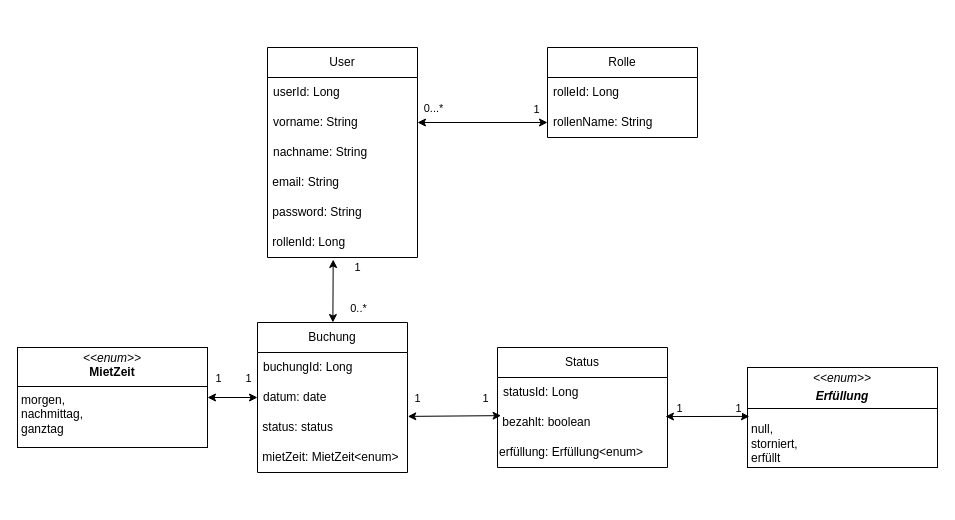
Above: Classdiagram.drawio in DaniDevOfficial/WishManagement (draw.io), before the change. Source tidied: cells renumbered, new cells numbered last; positions are measured from the earlier drawing's top-left corner, leaving out a move shared by most shapes. Both pictures are drawn from the tidied source at 100%, with x=0, y=0 at pixel (17, 47).
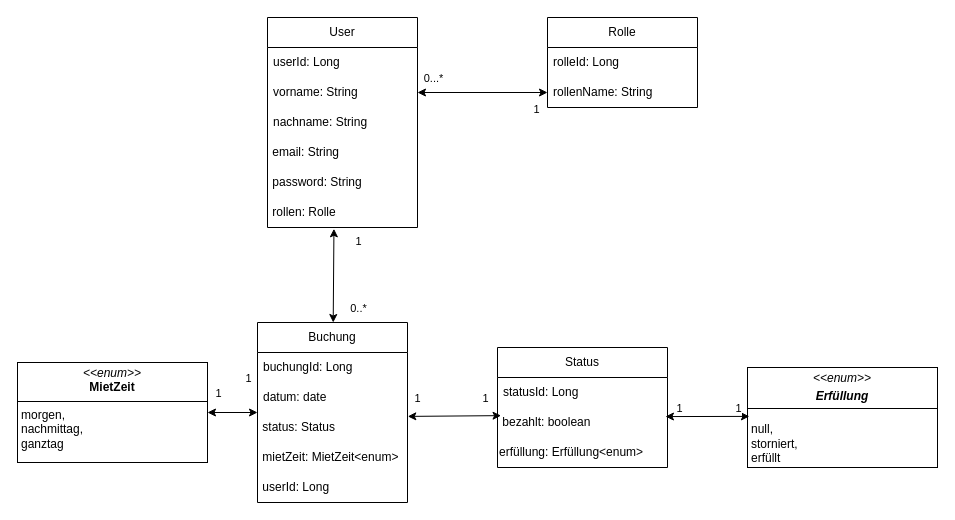
After the change.

The edit, as a diff of the source:
```diff
@@
     <mxCell id="2" value="User" style="swimlane;fontStyle=0;horizontal=1;startSize=30;whiteSpace=wrap;html=1;" parent="1" vertex="1">
-      <mxGeometry x="250" width="150" height="210" as="geometry" />
+      <mxGeometry x="250" y="-30" width="150" height="210" as="geometry" />
     </mxCell>
@@
-    <mxCell id="8" value="&amp;nbsp;rollenId: Long" style="text;html=1;align=left;verticalAlign=middle;whiteSpace=wrap;rounded=0;" parent="2" vertex="1">
+    <mxCell id="8" value="&lt;div&gt;&lt;span style=&quot;background-color: initial;&quot;&gt;&amp;nbsp;rollen: Rolle&lt;/span&gt;&lt;br&gt;&lt;/div&gt;" style="text;html=1;align=left;verticalAlign=middle;whiteSpace=wrap;rounded=0;" parent="2" vertex="1">
       <mxGeometry y="180" width="150" height="30" as="geometry" />
     </mxCell>
     <mxCell id="9" value="Rolle" style="swimlane;fontStyle=0;horizontal=1;startSize=30;whiteSpace=wrap;html=1;" parent="1" vertex="1">
-      <mxGeometry x="530" width="150" height="90" as="geometry" />
+      <mxGeometry x="530" y="-30" width="150" height="90" as="geometry" />
     </mxCell>
@@
     <mxCell id="14" value="Buchung" style="swimlane;fontStyle=0;horizontal=1;startSize=30;whiteSpace=wrap;html=1;" parent="1" vertex="1">
-      <mxGeometry x="240" y="275" width="150" height="150" as="geometry" />
+      <mxGeometry x="240" y="275" width="150" height="180" as="geometry" />
     </mxCell>
@@
-    <mxCell id="17" value="&amp;nbsp;status: status" style="text;html=1;align=left;verticalAlign=middle;whiteSpace=wrap;rounded=0;" parent="14" vertex="1">
+    <mxCell id="17" value="&amp;nbsp;status: Status" style="text;html=1;align=left;verticalAlign=middle;whiteSpace=wrap;rounded=0;" parent="14" vertex="1">
       <mxGeometry y="90" width="150" height="30" as="geometry" />
     </mxCell>
@@
+    <mxCell id="39" value="&amp;nbsp;userId: Long" style="text;html=1;align=left;verticalAlign=middle;whiteSpace=wrap;rounded=0;" parent="14" vertex="1">
+      <mxGeometry y="150" width="150" height="30" as="geometry" />
+    </mxCell>
@@
     <mxCell id="23" value="&lt;p style=&quot;margin:0px;margin-top:4px;text-align:center;&quot;&gt;&lt;i&gt;&amp;lt;&amp;lt;enum&amp;gt;&amp;gt;&lt;/i&gt;&lt;br&gt;&lt;b&gt;MietZeit&lt;/b&gt;&lt;/p&gt;&lt;hr size=&quot;1&quot; style=&quot;border-style:solid;&quot;&gt;&lt;p style=&quot;margin:0px;margin-left:4px;&quot;&gt;morgen,&lt;/p&gt;&lt;p style=&quot;margin:0px;margin-left:4px;&quot;&gt;nachmittag,&lt;/p&gt;&lt;p style=&quot;margin:0px;margin-left:4px;&quot;&gt;ganztag&lt;/p&gt;" style="verticalAlign=top;align=left;overflow=fill;html=1;whiteSpace=wrap;" parent="1" vertex="1">
-      <mxGeometry y="300" width="190" height="100" as="geometry" />
+      <mxGeometry y="315" width="190" height="100" as="geometry" />
     </mxCell>
@@
-    <mxCell id="26" style="endArrow=classic;startArrow=classic;html=1;rounded=0;exitX=0.438;exitY=1.067;exitDx=0;exitDy=0;exitPerimeter=0;" parent="1" edge="1" source="8" target="14">
+    <mxCell id="26" style="endArrow=classic;startArrow=classic;html=1;rounded=0;exitX=0.443;exitY=1.043;exitDx=0;exitDy=0;exitPerimeter=0;" parent="1" edge="1" source="8" target="14">
       <mxGeometry relative="1" as="geometry" />
     </mxCell>
```
